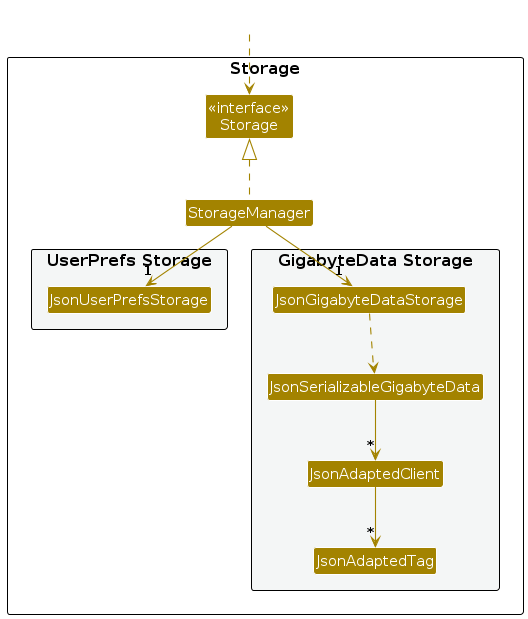
Earlier version of the PlantUML export diagrams/StorageClassDiagram.png (AY2627S1-CS2103T-W14-4/tp). Its source is kept beside it as diagrams/StorageClassDiagram.puml.
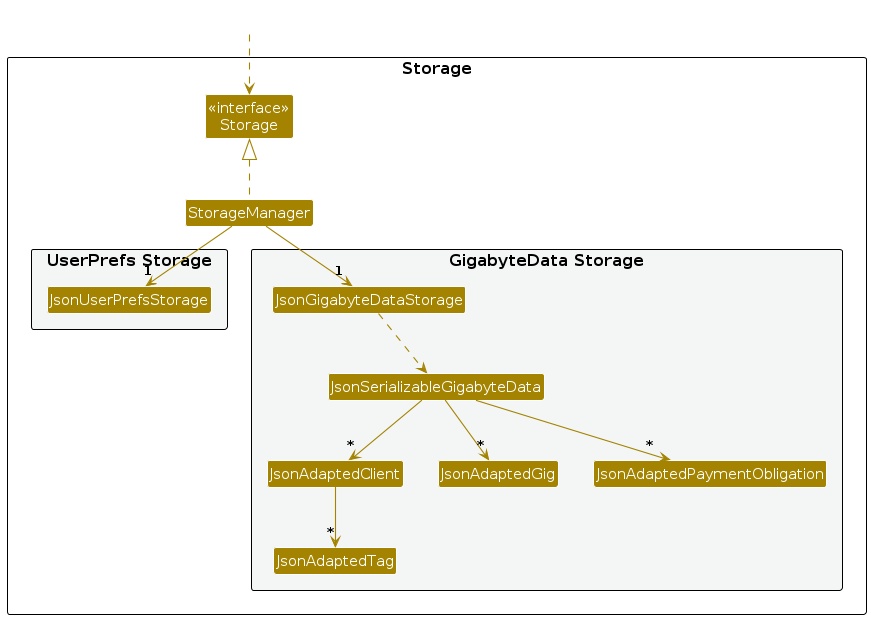
The same diagram one commit later.

Diff of the diagram source:
```diff
@@ -18,6 +18,8 @@
 Class JsonSerializableGigabyteData
 Class JsonAdaptedClient
 Class JsonAdaptedTag
+Class JsonAdaptedGig
+Class JsonAdaptedPaymentObligation
 }
 
 }
@@ -31,6 +33,8 @@
 
 JsonGigabyteDataStorage ..> JsonSerializableGigabyteData
 JsonSerializableGigabyteData --> "*" JsonAdaptedClient
+JsonSerializableGigabyteData --> "*" JsonAdaptedGig
+JsonSerializableGigabyteData --> "*" JsonAdaptedPaymentObligation
 JsonAdaptedClient --> "*" JsonAdaptedTag
 
 @enduml
```
